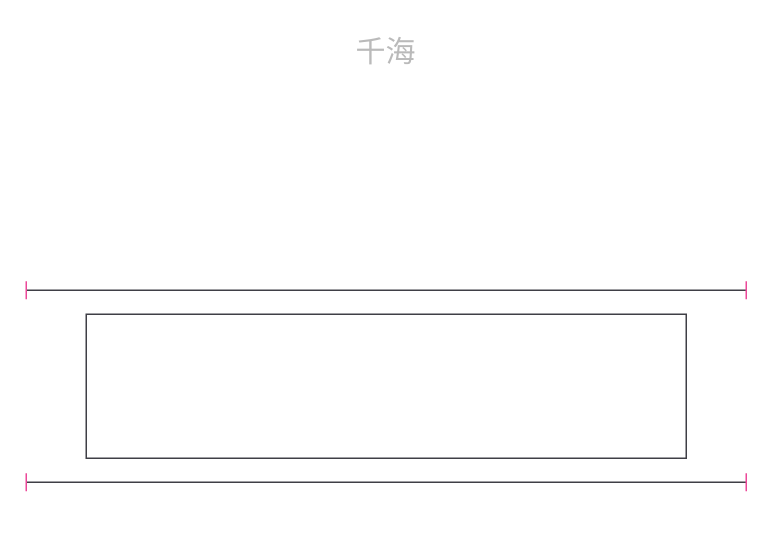
This is SourceAssets/Track/Network/NakatetsuTrafficControl/CircuitDiagram/drawio/NT04.drawio from neko3141592/Nakatetsu, a draw.io file, before an edit. Source tidied: cells renumbered, new cells numbered last; positions are measured from the earlier drawing's top-left corner, leaving out a move shared by most shapes. Both pictures are drawn from the tidied source at 150%, with x=0, y=0 at pixel (26, 26).
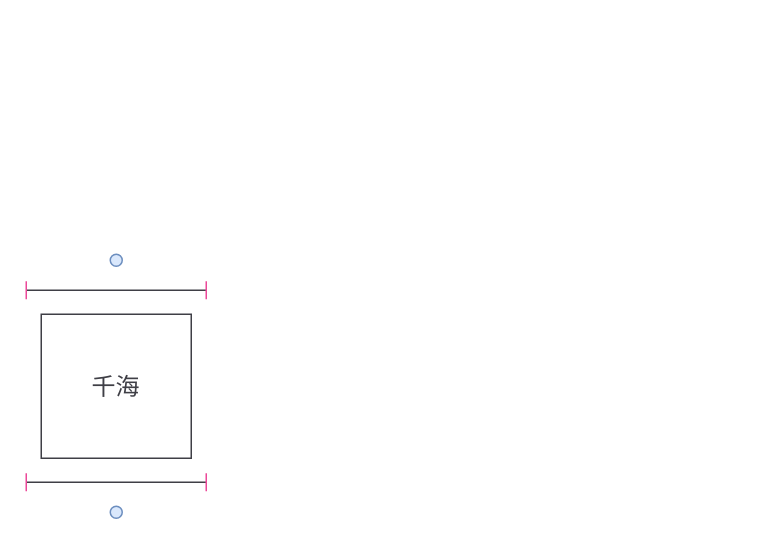
After the change.

Change to the diagram source:
```diff
@@
 <mxGraphModel>
   <root>
     <mxCell id="0" />
     <mxCell id="1" parent="0" />
-    <mxCell id="2" value="千海" style="text;html=0;whiteSpace=wrap;strokeColor=none;fillColor=none;align=center;verticalAlign=middle;fontFamily=Arial;fontSize=20;fontColor=#BABABA;" parent="1" vertex="1">
-      <mxGeometry width="480" height="32" as="geometry" />
+    <mxCell id="2" value="千海" style="text;html=0;whiteSpace=wrap;strokeColor=none;fillColor=none;align=center;verticalAlign=middle;fontFamily=Arial;fontSize=16;fontColor=#3F3F46;" parent="1" vertex="1">
+      <mxGeometry x="10" y="224" width="100" height="32" as="geometry" />
     </mxCell>
     <mxCell id="3" style="rounded=0;whiteSpace=wrap;html=1;fillColor=none;strokeWidth=1;fontColor=#333333;strokeColor=#3F3F46;" parent="1" vertex="1">
-      <mxGeometry x="40" y="192" width="400" height="96" as="geometry" />
+      <mxGeometry x="10" y="192" width="100" height="96" as="geometry" />
     </mxCell>
     <mxCell id="4" style="endArrow=none;html=1;rounded=0;startSize=10;strokeWidth=1;strokeColor=#3F3F46;" parent="1" edge="1">
       <mxGeometry relative="1" as="geometry">
         <mxPoint y="176" as="sourcePoint" />
-        <mxPoint x="480" y="176" as="targetPoint" />
+        <mxPoint x="120" y="176" as="targetPoint" />
       </mxGeometry>
     </mxCell>
     <mxCell id="5" style="endArrow=none;html=1;rounded=0;startSize=10;strokeWidth=1;strokeColor=#3F3F46;" parent="1" edge="1">
       <mxGeometry relative="1" as="geometry">
         <mxPoint y="304" as="sourcePoint" />
-        <mxPoint x="480" y="304" as="targetPoint" />
+        <mxPoint x="120" y="304" as="targetPoint" />
       </mxGeometry>
     </mxCell>
     <mxCell id="6" style="endArrow=none;startArrow=none;html=0;strokeColor=#EC4899;strokeWidth=1;" parent="1" edge="1">
       <mxGeometry relative="1" as="geometry">
         <mxPoint y="170" as="sourcePoint" />
         <mxPoint y="182" as="targetPoint" />
       </mxGeometry>
     </mxCell>
     <mxCell id="7" style="endArrow=none;startArrow=none;html=0;strokeColor=#EC4899;strokeWidth=1;" parent="1" edge="1">
       <mxGeometry relative="1" as="geometry">
-        <mxPoint x="480" y="170" as="sourcePoint" />
-        <mxPoint x="480" y="182" as="targetPoint" />
+        <mxPoint x="120" y="170" as="sourcePoint" />
+        <mxPoint x="120" y="182" as="targetPoint" />
       </mxGeometry>
     </mxCell>
     <mxCell id="8" style="endArrow=none;startArrow=none;html=0;strokeColor=#EC4899;strokeWidth=1;" parent="1" edge="1">
       <mxGeometry relative="1" as="geometry">
         <mxPoint y="298" as="sourcePoint" />
         <mxPoint y="310" as="targetPoint" />
       </mxGeometry>
     </mxCell>
     <mxCell id="9" style="endArrow=none;startArrow=none;html=0;strokeColor=#EC4899;strokeWidth=1;" parent="1" edge="1">
       <mxGeometry relative="1" as="geometry">
-        <mxPoint x="480" y="298" as="sourcePoint" />
-        <mxPoint x="480" y="310" as="targetPoint" />
+        <mxPoint x="120" y="298" as="sourcePoint" />
+        <mxPoint x="120" y="310" as="targetPoint" />
       </mxGeometry>
     </mxCell>
+    <mxCell id="10" style="ellipse;whiteSpace=wrap;html=1;shapeInside=1;fillColor=#dae8fc;strokeColor=#6c8ebf;" parent="1" vertex="1">
+      <mxGeometry x="56" y="152" width="8" height="8" as="geometry" />
+    </mxCell>
+    <mxCell id="11" style="ellipse;whiteSpace=wrap;html=1;shapeInside=1;fillColor=#dae8fc;strokeColor=#6c8ebf;" parent="1" vertex="1">
+      <mxGeometry x="56" y="320" width="8" height="8" as="geometry" />
+    </mxCell>
   </root>
 </mxGraphModel>
```
